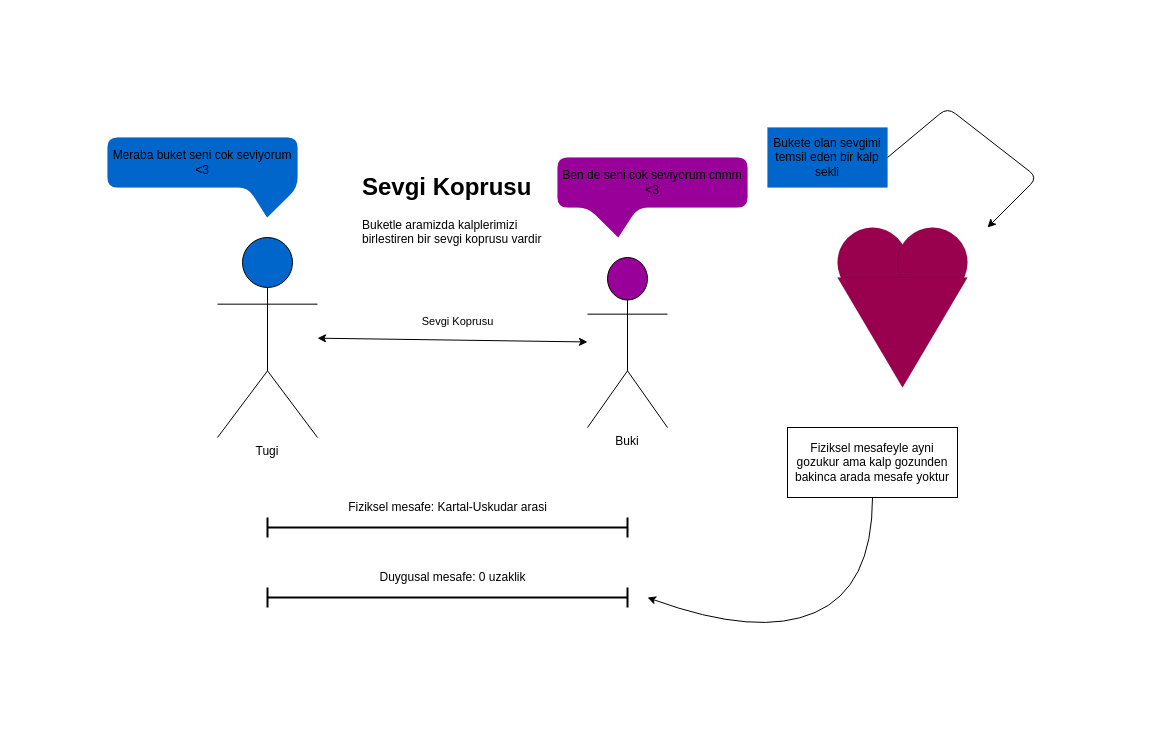
The draw.io diagram process.drawio in Tagrikli/Kriptokrasi, before the edit. Source tidied: cells renumbered, new cells numbered last; positions are measured from the earlier drawing's top-left corner, leaving out a move shared by most shapes. Both pictures are drawn from the tidied source at 100%, with x=0, y=0 at pixel (107, 107).
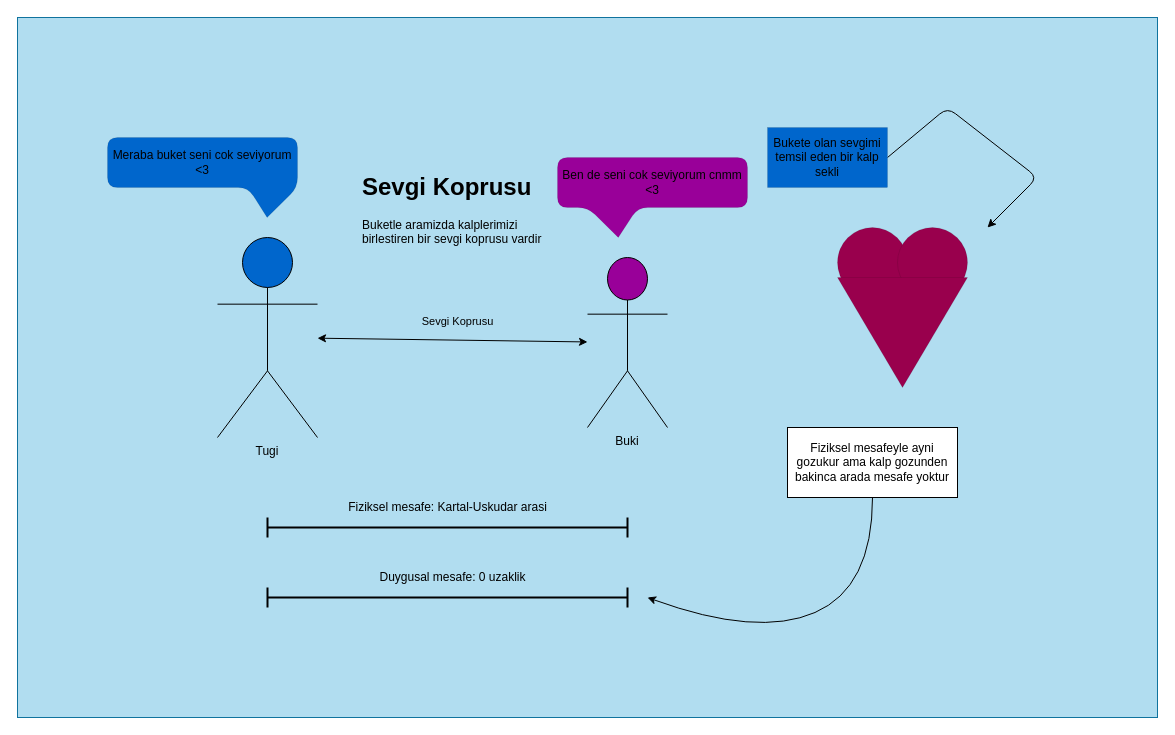
The same page after the edit.

Diff of the diagram source:
```diff
@@
+    <mxCell id="20" style="rounded=0;whiteSpace=wrap;html=1;fillColor=#b1ddf0;strokeColor=#10739e;" parent="1" vertex="1">
+      <mxGeometry x="-90" y="-90" width="1140" height="700" as="geometry" />
+    </mxCell>
```
